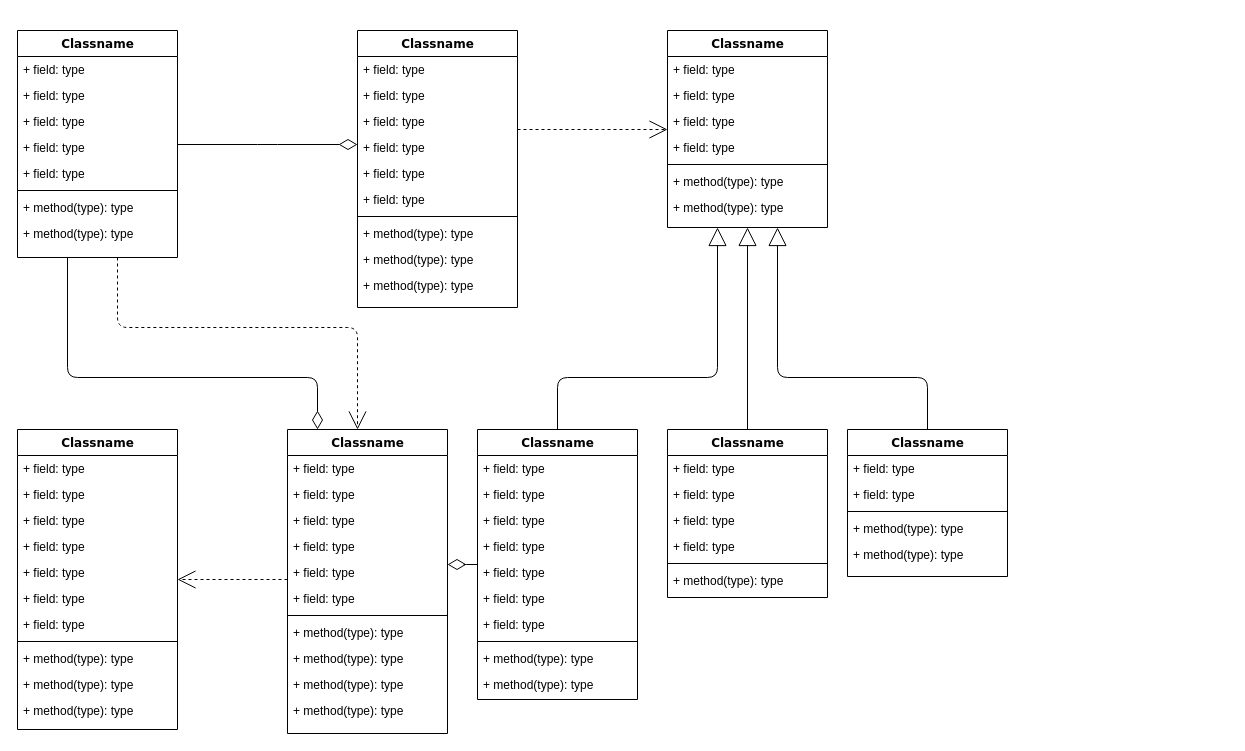
Before: Untitled Diagram.drawio in LqMask/Draw, a draw.io diagram. Source tidied: cells renumbered, new cells numbered last; positions are measured from the earlier drawing's top-left corner, leaving out a move shared by most shapes. Both pictures are drawn from the tidied source at 100%, with x=0, y=0 at pixel (17, 30).
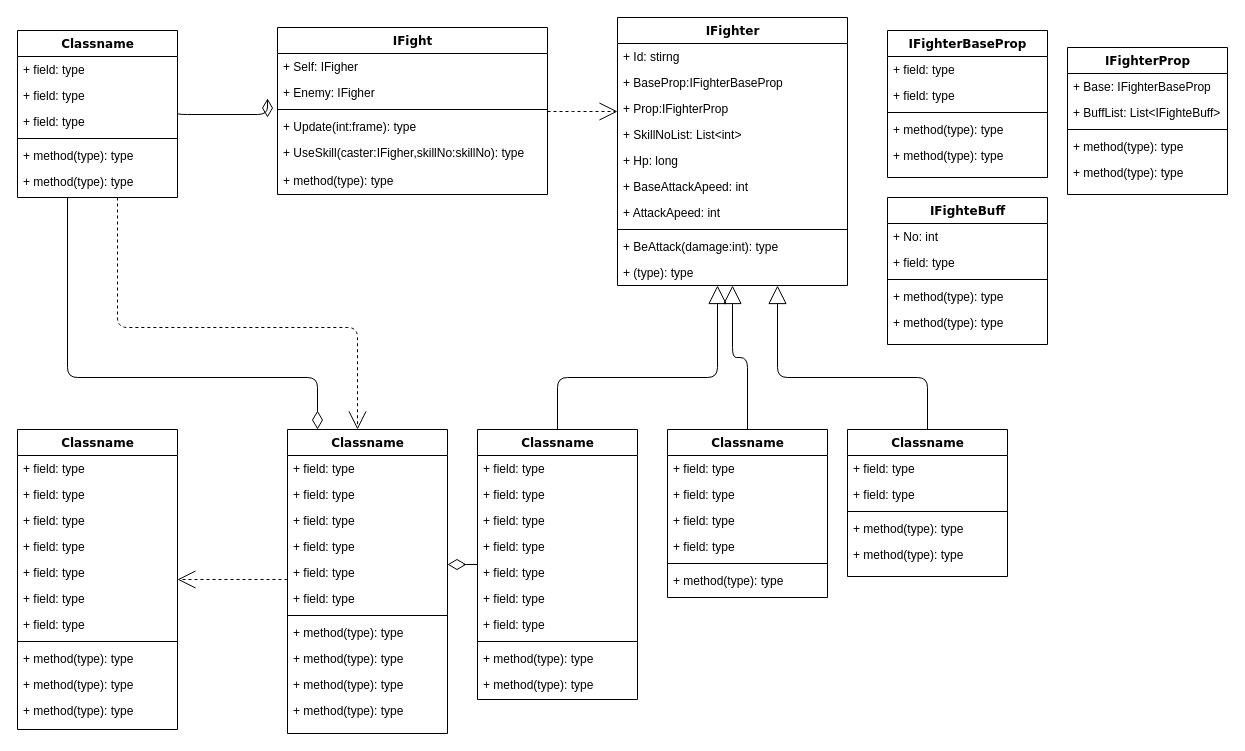
The same page after the edit.

Diff of the diagram source:
```diff
@@
     <mxCell id="4" value="Classname" style="swimlane;html=1;fontStyle=1;align=center;verticalAlign=top;horizontal=1;startSize=26;swimlaneFillColor=#ffffff;rounded=0;shadow=0;comic=0;labelBackgroundColor=none;strokeWidth=1;fillColor=none;fontFamily=Verdana;fontSize=12;" parent="1" vertex="1">
-      <mxGeometry width="160" height="227" as="geometry" />
+      <mxGeometry width="160" height="167" as="geometry" />
     </mxCell>
-    <mxCell id="5" value="+ field: type" style="text;html=1;strokeColor=none;fillColor=none;align=left;verticalAlign=top;spacingLeft=4;spacingRight=4;whiteSpace=wrap;overflow=hidden;" parent="4" vertex="1">
-      <mxGeometry y="26" width="160" height="26" as="geometry" />
-    </mxCell>
     <mxCell id="6" value="+ field: type" style="text;html=1;strokeColor=none;fillColor=none;align=left;verticalAlign=top;spacingLeft=4;spacingRight=4;whiteSpace=wrap;overflow=hidden;" parent="4" vertex="1">
-      <mxGeometry y="52" width="160" height="26" as="geometry" />
+      <mxGeometry y="26" width="160" height="26" as="geometry" />
     </mxCell>
-    <mxCell id="7" value="+ field: type" style="text;html=1;strokeColor=none;fillColor=none;align=left;verticalAlign=top;spacingLeft=4;spacingRight=4;whiteSpace=wrap;overflow=hidden;" parent="4" vertex="1">
-      <mxGeometry y="78" width="160" height="26" as="geometry" />
-    </mxCell>
     <mxCell id="8" value="+ field: type" style="text;html=1;strokeColor=none;fillColor=none;align=left;verticalAlign=top;spacingLeft=4;spacingRight=4;whiteSpace=wrap;overflow=hidden;" parent="4" vertex="1">
-      <mxGeometry y="104" width="160" height="26" as="geometry" />
+      <mxGeometry y="52" width="160" height="26" as="geometry" />
     </mxCell>
     <mxCell id="9" value="+ field: type" style="text;html=1;strokeColor=none;fillColor=none;align=left;verticalAlign=top;spacingLeft=4;spacingRight=4;whiteSpace=wrap;overflow=hidden;" parent="4" vertex="1">
-      <mxGeometry y="130" width="160" height="26" as="geometry" />
+      <mxGeometry y="78" width="160" height="26" as="geometry" />
     </mxCell>
     <mxCell id="10" style="line;html=1;strokeWidth=1;fillColor=none;align=left;verticalAlign=middle;spacingTop=-1;spacingLeft=3;spacingRight=3;labelPosition=right;" parent="4" vertex="1">
-      <mxGeometry y="156" width="160" height="8" as="geometry" />
+      <mxGeometry y="104" width="160" height="8" as="geometry" />
     </mxCell>
     <mxCell id="11" value="+ method(type): type" style="text;html=1;strokeColor=none;fillColor=none;align=left;verticalAlign=top;spacingLeft=4;spacingRight=4;whiteSpace=wrap;overflow=hidden;" parent="4" vertex="1">
-      <mxGeometry y="164" width="160" height="26" as="geometry" />
+      <mxGeometry y="112" width="160" height="26" as="geometry" />
     </mxCell>
     <mxCell id="12" value="+ method(type): type" style="text;html=1;strokeColor=none;fillColor=none;align=left;verticalAlign=top;spacingLeft=4;spacingRight=4;whiteSpace=wrap;overflow=hidden;" parent="4" vertex="1">
-      <mxGeometry y="190" width="160" height="26" as="geometry" />
+      <mxGeometry y="138" width="160" height="26" as="geometry" />
     </mxCell>
@@
-    <mxCell id="14" value="Classname" style="swimlane;html=1;fontStyle=1;align=center;verticalAlign=top;horizontal=1;startSize=26;swimlaneFillColor=#ffffff;rounded=0;shadow=0;comic=0;labelBackgroundColor=none;strokeWidth=1;fillColor=none;fontFamily=Verdana;fontSize=12;" parent="1" vertex="1">
-      <mxGeometry x="340" width="160" height="277" as="geometry" />
+    <mxCell id="14" value="IFight" style="swimlane;html=1;fontStyle=1;align=center;verticalAlign=top;horizontal=1;startSize=26;swimlaneFillColor=#ffffff;rounded=0;shadow=0;comic=0;labelBackgroundColor=none;strokeWidth=1;fillColor=none;fontFamily=Verdana;fontSize=12;" parent="1" vertex="1">
+      <mxGeometry x="260" y="-3" width="270" height="167" as="geometry" />
     </mxCell>
-    <mxCell id="15" value="+ field: type" style="text;html=1;strokeColor=none;fillColor=none;align=left;verticalAlign=top;spacingLeft=4;spacingRight=4;whiteSpace=wrap;overflow=hidden;" parent="14" vertex="1">
-      <mxGeometry y="26" width="160" height="26" as="geometry" />
+    <mxCell id="15" value="+ Self:&amp;nbsp;IFigher" style="text;html=1;strokeColor=none;fillColor=none;align=left;verticalAlign=top;spacingLeft=4;spacingRight=4;whiteSpace=wrap;overflow=hidden;" parent="14" vertex="1">
+      <mxGeometry y="26" width="270" height="26" as="geometry" />
     </mxCell>
-    <mxCell id="16" value="+ field: type" style="text;html=1;strokeColor=none;fillColor=none;align=left;verticalAlign=top;spacingLeft=4;spacingRight=4;whiteSpace=wrap;overflow=hidden;" parent="14" vertex="1">
-      <mxGeometry y="52" width="160" height="26" as="geometry" />
-    </mxCell>
-    <mxCell id="17" value="+ field: type" style="text;html=1;strokeColor=none;fillColor=none;align=left;verticalAlign=top;spacingLeft=4;spacingRight=4;whiteSpace=wrap;overflow=hidden;" parent="14" vertex="1">
-      <mxGeometry y="78" width="160" height="26" as="geometry" />
-    </mxCell>
-    <mxCell id="18" value="+ field: type" style="text;html=1;strokeColor=none;fillColor=none;align=left;verticalAlign=top;spacingLeft=4;spacingRight=4;whiteSpace=wrap;overflow=hidden;" parent="14" vertex="1">
-      <mxGeometry y="104" width="160" height="26" as="geometry" />
-    </mxCell>
-    <mxCell id="19" value="+ field: type" style="text;html=1;strokeColor=none;fillColor=none;align=left;verticalAlign=top;spacingLeft=4;spacingRight=4;whiteSpace=wrap;overflow=hidden;" parent="14" vertex="1">
-      <mxGeometry y="130" width="160" height="26" as="geometry" />
-    </mxCell>
-    <mxCell id="20" value="+ field: type" style="text;html=1;strokeColor=none;fillColor=none;align=left;verticalAlign=top;spacingLeft=4;spacingRight=4;whiteSpace=wrap;overflow=hidden;" parent="14" vertex="1">
-      <mxGeometry y="156" width="160" height="26" as="geometry" />
-    </mxCell>
+    <mxCell id="87" value="+ Enemy:&amp;nbsp;IFigher" style="text;html=1;strokeColor=none;fillColor=none;align=left;verticalAlign=top;spacingLeft=4;spacingRight=4;whiteSpace=wrap;overflow=hidden;" parent="14" vertex="1">
+      <mxGeometry y="52" width="270" height="26" as="geometry" />
+    </mxCell>
     <mxCell id="21" style="line;html=1;strokeWidth=1;fillColor=none;align=left;verticalAlign=middle;spacingTop=-1;spacingLeft=3;spacingRight=3;labelPosition=right;" parent="14" vertex="1">
-      <mxGeometry y="182" width="160" height="8" as="geometry" />
+      <mxGeometry y="78" width="270" height="8" as="geometry" />
     </mxCell>
-    <mxCell id="22" value="+ method(type): type" style="text;html=1;strokeColor=none;fillColor=none;align=left;verticalAlign=top;spacingLeft=4;spacingRight=4;whiteSpace=wrap;overflow=hidden;" parent="14" vertex="1">
-      <mxGeometry y="190" width="160" height="26" as="geometry" />
+    <mxCell id="22" value="+ Update(int:frame): type" style="text;html=1;strokeColor=none;fillColor=none;align=left;verticalAlign=top;spacingLeft=4;spacingRight=4;whiteSpace=wrap;overflow=hidden;" parent="14" vertex="1">
+      <mxGeometry y="86" width="270" height="26" as="geometry" />
     </mxCell>
-    <mxCell id="23" value="+ method(type): type" style="text;html=1;strokeColor=none;fillColor=none;align=left;verticalAlign=top;spacingLeft=4;spacingRight=4;whiteSpace=wrap;overflow=hidden;" parent="14" vertex="1">
-      <mxGeometry y="216" width="160" height="26" as="geometry" />
+    <mxCell id="23" value="+ UseSkill(caster:IFigher,skillNo:skillNo): type" style="text;html=1;strokeColor=none;fillColor=none;align=left;verticalAlign=top;spacingLeft=4;spacingRight=4;whiteSpace=wrap;overflow=hidden;" parent="14" vertex="1">
+      <mxGeometry y="112" width="270" height="28" as="geometry" />
     </mxCell>
     <mxCell id="24" value="+ method(type): type" style="text;html=1;strokeColor=none;fillColor=none;align=left;verticalAlign=top;spacingLeft=4;spacingRight=4;whiteSpace=wrap;overflow=hidden;" parent="14" vertex="1">
-      <mxGeometry y="242" width="160" height="26" as="geometry" />
+      <mxGeometry y="140" width="270" height="26" as="geometry" />
     </mxCell>
-    <mxCell id="25" value="Classname" style="swimlane;html=1;fontStyle=1;align=center;verticalAlign=top;horizontal=1;startSize=26;swimlaneFillColor=#ffffff;rounded=0;shadow=0;comic=0;labelBackgroundColor=none;strokeWidth=1;fillColor=none;fontFamily=Verdana;fontSize=12;" parent="1" vertex="1">
-      <mxGeometry x="650" width="160" height="197" as="geometry" />
+    <mxCell id="25" value="IFighter" style="swimlane;html=1;fontStyle=1;align=center;verticalAlign=top;horizontal=1;startSize=26;swimlaneFillColor=#ffffff;rounded=0;shadow=0;comic=0;labelBackgroundColor=none;strokeWidth=1;fillColor=none;fontFamily=Verdana;fontSize=12;" parent="1" vertex="1">
+      <mxGeometry x="600" y="-13" width="230" height="268" as="geometry" />
     </mxCell>
-    <mxCell id="26" value="+ field: type" style="text;html=1;strokeColor=none;fillColor=none;align=left;verticalAlign=top;spacingLeft=4;spacingRight=4;whiteSpace=wrap;overflow=hidden;" parent="25" vertex="1">
-      <mxGeometry y="26" width="160" height="26" as="geometry" />
+    <mxCell id="26" value="+ Id: stirng" style="text;html=1;strokeColor=none;fillColor=none;align=left;verticalAlign=top;spacingLeft=4;spacingRight=4;whiteSpace=wrap;overflow=hidden;" parent="25" vertex="1">
+      <mxGeometry y="26" width="230" height="26" as="geometry" />
     </mxCell>
-    <mxCell id="27" value="+ field: type" style="text;html=1;strokeColor=none;fillColor=none;align=left;verticalAlign=top;spacingLeft=4;spacingRight=4;whiteSpace=wrap;overflow=hidden;" parent="25" vertex="1">
-      <mxGeometry y="52" width="160" height="26" as="geometry" />
+    <mxCell id="27" value="+ BaseProp:IFighterBaseProp" style="text;html=1;strokeColor=none;fillColor=none;align=left;verticalAlign=top;spacingLeft=4;spacingRight=4;whiteSpace=wrap;overflow=hidden;" parent="25" vertex="1">
+      <mxGeometry y="52" width="230" height="26" as="geometry" />
     </mxCell>
+    <mxCell id="88" value="+ Prop:IFighterProp" style="text;html=1;strokeColor=none;fillColor=none;align=left;verticalAlign=top;spacingLeft=4;spacingRight=4;whiteSpace=wrap;overflow=hidden;" parent="25" vertex="1">
+      <mxGeometry y="78" width="230" height="26" as="geometry" />
+    </mxCell>
-    <mxCell id="28" value="+ field: type" style="text;html=1;strokeColor=none;fillColor=none;align=left;verticalAlign=top;spacingLeft=4;spacingRight=4;whiteSpace=wrap;overflow=hidden;" parent="25" vertex="1">
-      <mxGeometry y="78" width="160" height="26" as="geometry" />
+    <mxCell id="28" value="+ SkillNoList: List&amp;lt;int&amp;gt;" style="text;html=1;strokeColor=none;fillColor=none;align=left;verticalAlign=top;spacingLeft=4;spacingRight=4;whiteSpace=wrap;overflow=hidden;" parent="25" vertex="1">
+      <mxGeometry y="104" width="230" height="26" as="geometry" />
     </mxCell>
-    <mxCell id="29" value="+ field: type" style="text;html=1;strokeColor=none;fillColor=none;align=left;verticalAlign=top;spacingLeft=4;spacingRight=4;whiteSpace=wrap;overflow=hidden;" parent="25" vertex="1">
-      <mxGeometry y="104" width="160" height="26" as="geometry" />
+    <mxCell id="29" value="+ Hp: long" style="text;html=1;strokeColor=none;fillColor=none;align=left;verticalAlign=top;spacingLeft=4;spacingRight=4;whiteSpace=wrap;overflow=hidden;" parent="25" vertex="1">
+      <mxGeometry y="130" width="230" height="26" as="geometry" />
     </mxCell>
+    <mxCell id="89" value="+ BaseAttackApeed: int" style="text;html=1;strokeColor=none;fillColor=none;align=left;verticalAlign=top;spacingLeft=4;spacingRight=4;whiteSpace=wrap;overflow=hidden;" parent="25" vertex="1">
+      <mxGeometry y="156" width="230" height="26" as="geometry" />
+    </mxCell>
+    <mxCell id="90" value="+ AttackApeed: int" style="text;html=1;strokeColor=none;fillColor=none;align=left;verticalAlign=top;spacingLeft=4;spacingRight=4;whiteSpace=wrap;overflow=hidden;" parent="25" vertex="1">
+      <mxGeometry y="182" width="230" height="26" as="geometry" />
+    </mxCell>
     <mxCell id="30" style="line;html=1;strokeWidth=1;fillColor=none;align=left;verticalAlign=middle;spacingTop=-1;spacingLeft=3;spacingRight=3;labelPosition=right;" parent="25" vertex="1">
-      <mxGeometry y="130" width="160" height="8" as="geometry" />
+      <mxGeometry y="208" width="230" height="8" as="geometry" />
     </mxCell>
-    <mxCell id="31" value="+ method(type): type" style="text;html=1;strokeColor=none;fillColor=none;align=left;verticalAlign=top;spacingLeft=4;spacingRight=4;whiteSpace=wrap;overflow=hidden;" parent="25" vertex="1">
-      <mxGeometry y="138" width="160" height="26" as="geometry" />
+    <mxCell id="31" value="+ BeAttack(damage:int): type" style="text;html=1;strokeColor=none;fillColor=none;align=left;verticalAlign=top;spacingLeft=4;spacingRight=4;whiteSpace=wrap;overflow=hidden;" parent="25" vertex="1">
+      <mxGeometry y="216" width="230" height="26" as="geometry" />
     </mxCell>
-    <mxCell id="32" value="+ method(type): type" style="text;html=1;strokeColor=none;fillColor=none;align=left;verticalAlign=top;spacingLeft=4;spacingRight=4;whiteSpace=wrap;overflow=hidden;" parent="25" vertex="1">
-      <mxGeometry y="164" width="160" height="26" as="geometry" />
+    <mxCell id="32" value="+ (type): type" style="text;html=1;strokeColor=none;fillColor=none;align=left;verticalAlign=top;spacingLeft=4;spacingRight=4;whiteSpace=wrap;overflow=hidden;" parent="25" vertex="1">
+      <mxGeometry y="242" width="230" height="26" as="geometry" />
     </mxCell>
@@
-    <mxCell id="86" style="edgeStyle=elbowEdgeStyle;html=1;labelBackgroundColor=none;startFill=0;startSize=8;endArrow=diamondThin;endFill=0;endSize=16;fontFamily=Verdana;fontSize=12;elbow=vertical;" parent="1" edge="1" source="4" target="14">
-      <mxGeometry relative="1" as="geometry" />
+    <mxCell id="86" style="edgeStyle=elbowEdgeStyle;html=1;labelBackgroundColor=none;startFill=0;startSize=8;endArrow=diamondThin;endFill=0;endSize=16;fontFamily=Verdana;fontSize=12;elbow=vertical;" parent="1" edge="1">
+      <mxGeometry relative="1" as="geometry">
+        <mxPoint x="160" y="81.7" as="sourcePoint" />
+        <mxPoint x="250" y="87" as="targetPoint" />
+      </mxGeometry>
     </mxCell>
+    <mxCell id="91" value="IFighterBaseProp" style="swimlane;html=1;fontStyle=1;align=center;verticalAlign=top;horizontal=1;startSize=26;swimlaneFillColor=#ffffff;rounded=0;shadow=0;comic=0;labelBackgroundColor=none;strokeWidth=1;fillColor=none;fontFamily=Verdana;fontSize=12;" parent="1" vertex="1">
+      <mxGeometry x="870" width="160" height="147" as="geometry" />
+    </mxCell>
+    <mxCell id="5" value="+ field: type" style="text;html=1;strokeColor=none;fillColor=none;align=left;verticalAlign=top;spacingLeft=4;spacingRight=4;whiteSpace=wrap;overflow=hidden;" parent="91" vertex="1">
+      <mxGeometry y="26" width="160" height="26" as="geometry" />
+    </mxCell>
+    <mxCell id="92" value="+ field: type" style="text;html=1;strokeColor=none;fillColor=none;align=left;verticalAlign=top;spacingLeft=4;spacingRight=4;whiteSpace=wrap;overflow=hidden;" parent="91" vertex="1">
+      <mxGeometry y="52" width="160" height="26" as="geometry" />
+    </mxCell>
+    <mxCell id="93" style="line;html=1;strokeWidth=1;fillColor=none;align=left;verticalAlign=middle;spacingTop=-1;spacingLeft=3;spacingRight=3;labelPosition=right;" parent="91" vertex="1">
+      <mxGeometry y="78" width="160" height="8" as="geometry" />
+    </mxCell>
+    <mxCell id="94" value="+ method(type): type" style="text;html=1;strokeColor=none;fillColor=none;align=left;verticalAlign=top;spacingLeft=4;spacingRight=4;whiteSpace=wrap;overflow=hidden;" parent="91" vertex="1">
+      <mxGeometry y="86" width="160" height="26" as="geometry" />
+    </mxCell>
+    <mxCell id="95" value="+ method(type): type" style="text;html=1;strokeColor=none;fillColor=none;align=left;verticalAlign=top;spacingLeft=4;spacingRight=4;whiteSpace=wrap;overflow=hidden;" parent="91" vertex="1">
+      <mxGeometry y="112" width="160" height="26" as="geometry" />
+    </mxCell>
+    <mxCell id="96" value="IFighteBuff" style="swimlane;html=1;fontStyle=1;align=center;verticalAlign=top;horizontal=1;startSize=26;swimlaneFillColor=#ffffff;rounded=0;shadow=0;comic=0;labelBackgroundColor=none;strokeWidth=1;fillColor=none;fontFamily=Verdana;fontSize=12;" parent="1" vertex="1">
+      <mxGeometry x="870" y="167" width="160" height="147" as="geometry" />
+    </mxCell>
+    <mxCell id="97" value="+ No: int" style="text;html=1;strokeColor=none;fillColor=none;align=left;verticalAlign=top;spacingLeft=4;spacingRight=4;whiteSpace=wrap;overflow=hidden;" parent="96" vertex="1">
+      <mxGeometry y="26" width="160" height="26" as="geometry" />
+    </mxCell>
+    <mxCell id="98" value="+ field: type" style="text;html=1;strokeColor=none;fillColor=none;align=left;verticalAlign=top;spacingLeft=4;spacingRight=4;whiteSpace=wrap;overflow=hidden;" parent="96" vertex="1">
+      <mxGeometry y="52" width="160" height="26" as="geometry" />
+    </mxCell>
+    <mxCell id="99" style="line;html=1;strokeWidth=1;fillColor=none;align=left;verticalAlign=middle;spacingTop=-1;spacingLeft=3;spacingRight=3;labelPosition=right;" parent="96" vertex="1">
+      <mxGeometry y="78" width="160" height="8" as="geometry" />
+    </mxCell>
+    <mxCell id="100" value="+ method(type): type" style="text;html=1;strokeColor=none;fillColor=none;align=left;verticalAlign=top;spacingLeft=4;spacingRight=4;whiteSpace=wrap;overflow=hidden;" parent="96" vertex="1">
+      <mxGeometry y="86" width="160" height="26" as="geometry" />
+    </mxCell>
+    <mxCell id="101" value="+ method(type): type" style="text;html=1;strokeColor=none;fillColor=none;align=left;verticalAlign=top;spacingLeft=4;spacingRight=4;whiteSpace=wrap;overflow=hidden;" parent="96" vertex="1">
+      <mxGeometry y="112" width="160" height="26" as="geometry" />
+    </mxCell>
+    <mxCell id="102" value="IFighterProp" style="swimlane;html=1;fontStyle=1;align=center;verticalAlign=top;horizontal=1;startSize=26;swimlaneFillColor=#ffffff;rounded=0;shadow=0;comic=0;labelBackgroundColor=none;strokeWidth=1;fillColor=none;fontFamily=Verdana;fontSize=12;" parent="1" vertex="1">
+      <mxGeometry x="1050" y="17" width="160" height="147" as="geometry" />
+    </mxCell>
+    <mxCell id="103" value="+ Base:&amp;nbsp;IFighterBaseProp" style="text;html=1;strokeColor=none;fillColor=none;align=left;verticalAlign=top;spacingLeft=4;spacingRight=4;whiteSpace=wrap;overflow=hidden;" parent="102" vertex="1">
+      <mxGeometry y="26" width="160" height="26" as="geometry" />
+    </mxCell>
+    <mxCell id="104" value="+ BuffList: List&amp;lt;IFighteBuff&amp;gt;" style="text;html=1;strokeColor=none;fillColor=none;align=left;verticalAlign=top;spacingLeft=4;spacingRight=4;whiteSpace=wrap;overflow=hidden;" parent="102" vertex="1">
+      <mxGeometry y="52" width="160" height="26" as="geometry" />
+    </mxCell>
+    <mxCell id="105" style="line;html=1;strokeWidth=1;fillColor=none;align=left;verticalAlign=middle;spacingTop=-1;spacingLeft=3;spacingRight=3;labelPosition=right;" parent="102" vertex="1">
+      <mxGeometry y="78" width="160" height="8" as="geometry" />
+    </mxCell>
+    <mxCell id="106" value="+ method(type): type" style="text;html=1;strokeColor=none;fillColor=none;align=left;verticalAlign=top;spacingLeft=4;spacingRight=4;whiteSpace=wrap;overflow=hidden;" parent="102" vertex="1">
+      <mxGeometry y="86" width="160" height="26" as="geometry" />
+    </mxCell>
+    <mxCell id="107" value="+ method(type): type" style="text;html=1;strokeColor=none;fillColor=none;align=left;verticalAlign=top;spacingLeft=4;spacingRight=4;whiteSpace=wrap;overflow=hidden;" parent="102" vertex="1">
+      <mxGeometry y="112" width="160" height="26" as="geometry" />
+    </mxCell>
```
